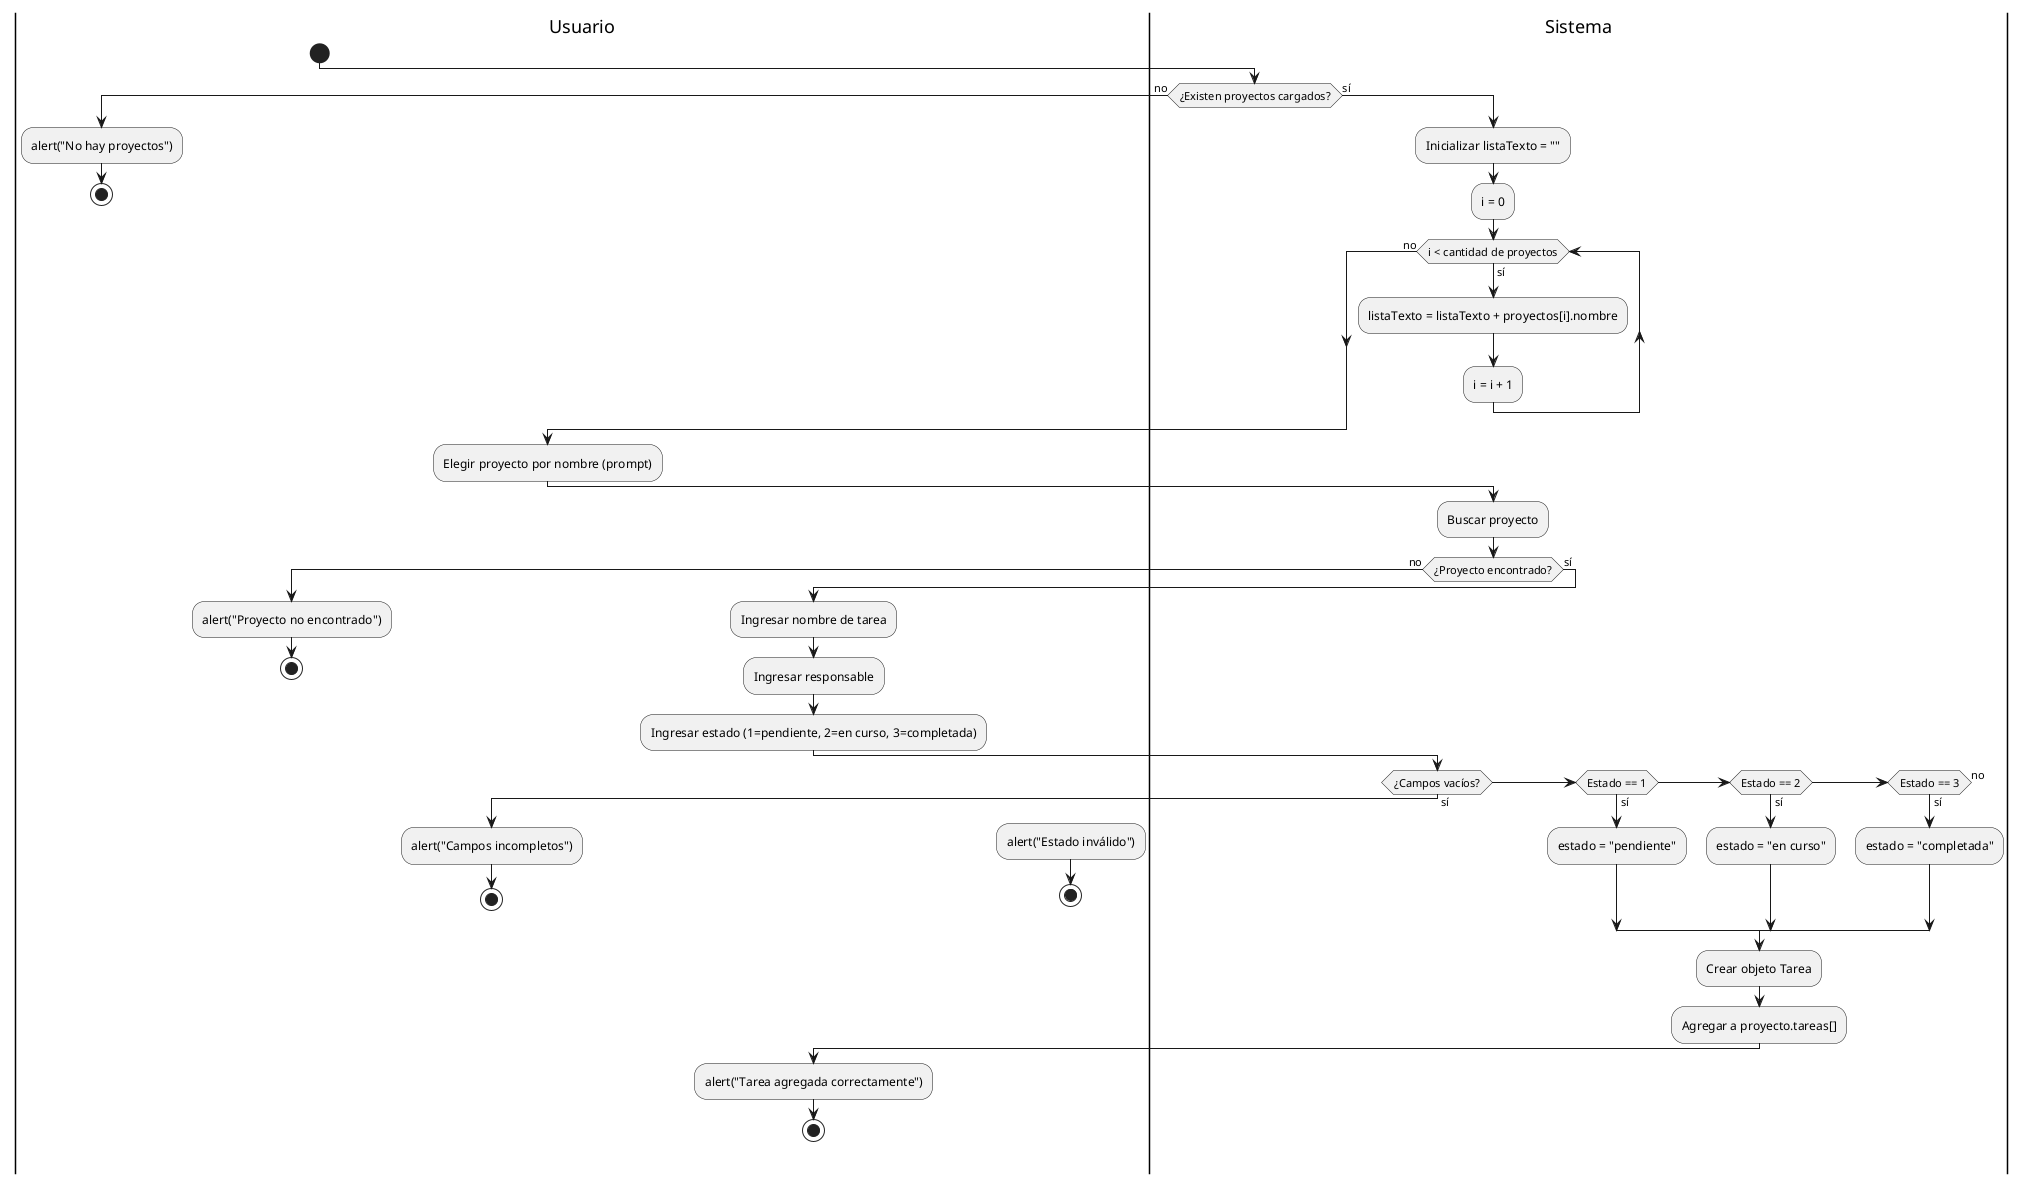
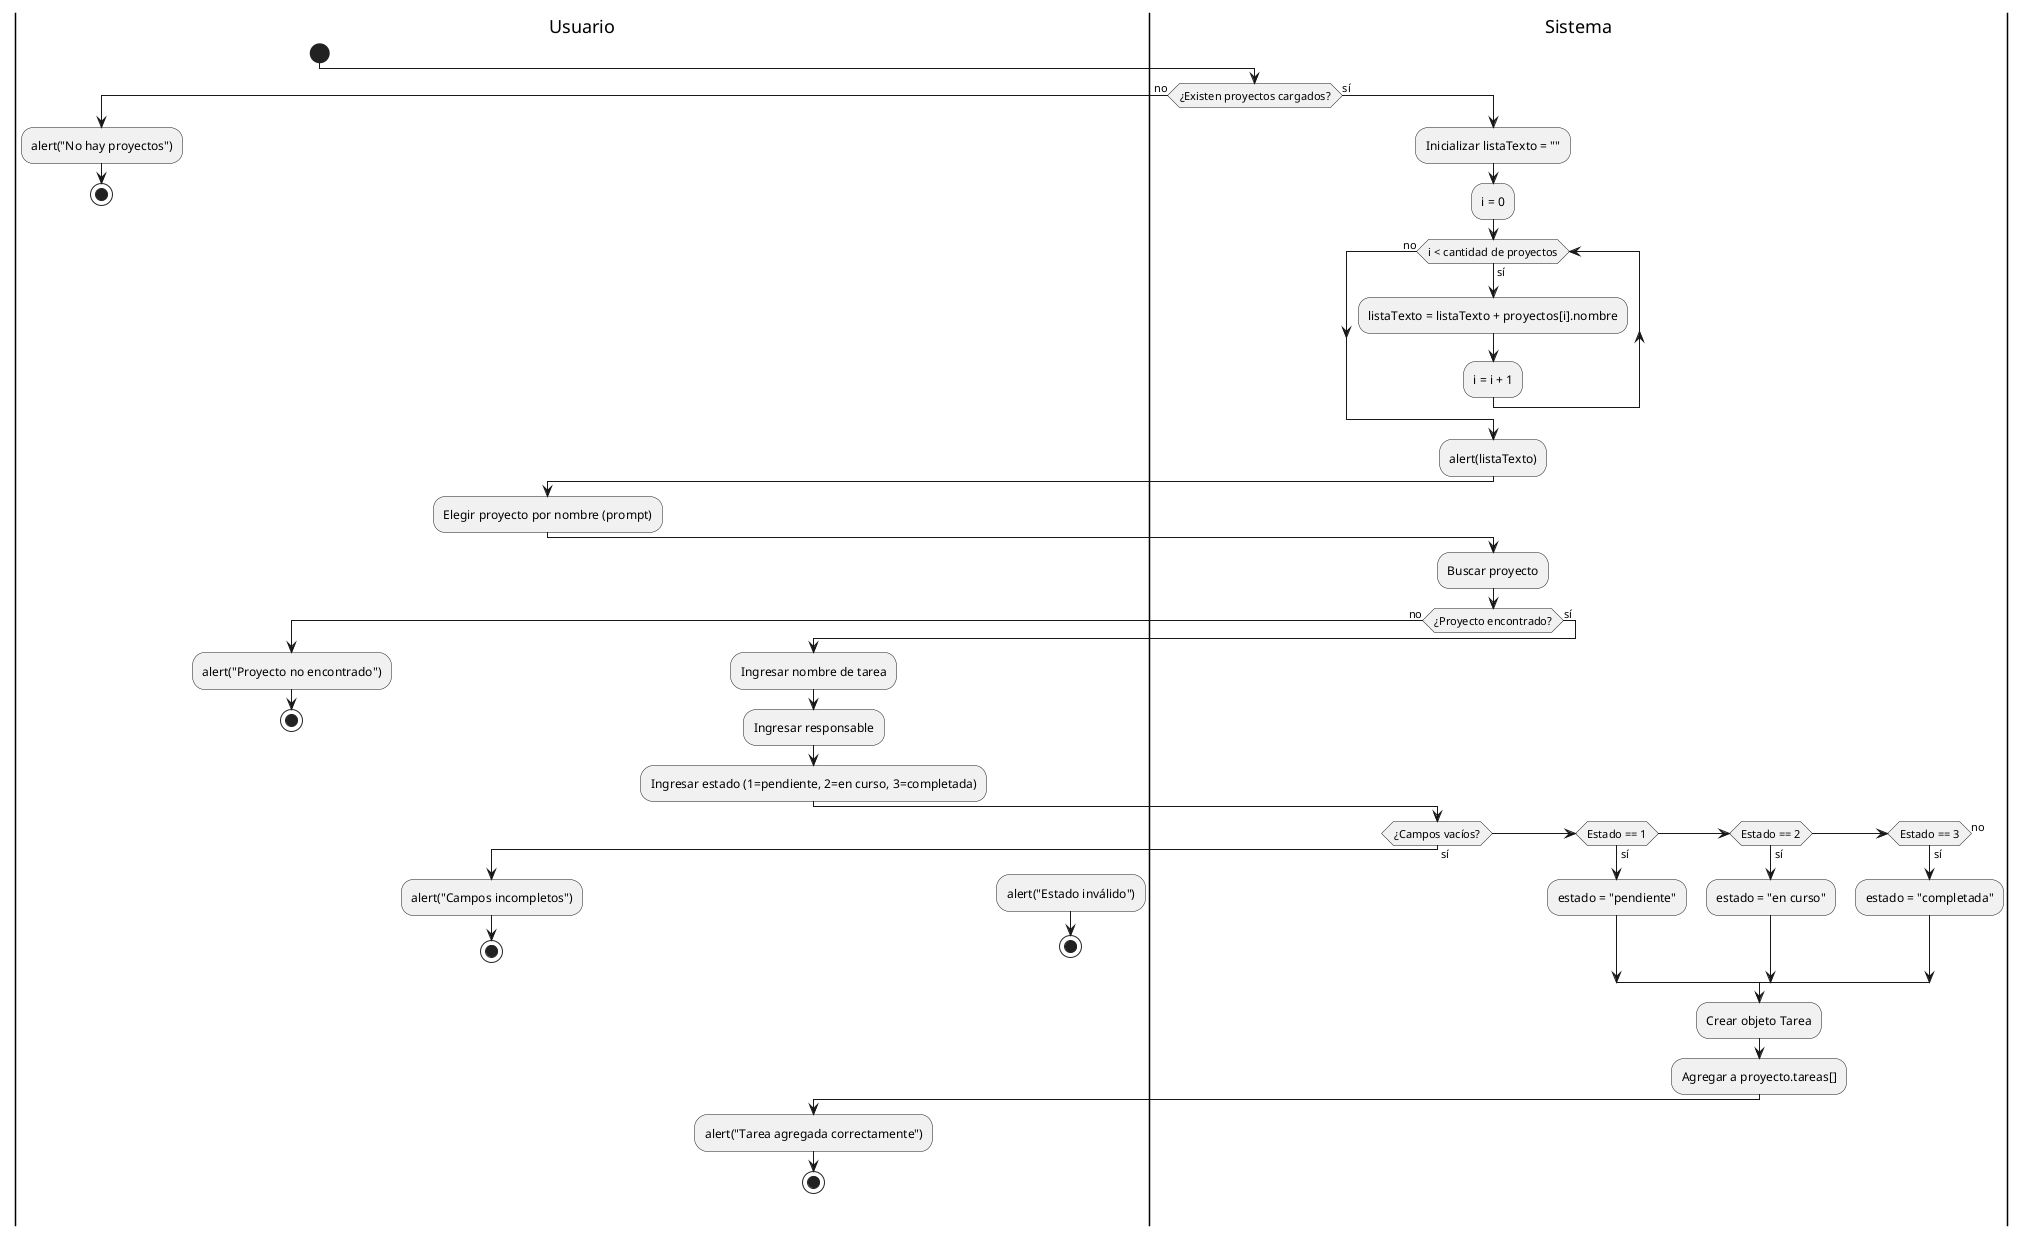
@startuml actividad-flujo-2-agregar-tarea
|Usuario|
start
|Sistema|
if (¿Existen proyectos cargados?) then (no)
  |Usuario|
  :alert("No hay proyectos");
  stop
else (sí)
  |Sistema|
  :Inicializar listaTexto = "";
  :i = 0;
  while (i < cantidad de proyectos) is (sí)
    :listaTexto = listaTexto + proyectos[i].nombre;
    :i = i + 1;
  endwhile (no)
+   :alert(listaTexto);
  |Usuario|
  :Elegir proyecto por nombre (prompt);

  |Sistema|
  :Buscar proyecto;
  if (¿Proyecto encontrado?) then (no)
    |Usuario|
    :alert("Proyecto no encontrado");
    stop
  else (sí)
    |Usuario|
    :Ingresar nombre de tarea;
    :Ingresar responsable;
    :Ingresar estado (1=pendiente, 2=en curso, 3=completada);

    |Sistema|
    if (¿Campos vacíos?) then (sí)
      |Usuario|
      :alert("Campos incompletos");
      stop
    elseif (Estado == 1) then (sí)
      |Sistema|
      :estado = "pendiente";
    elseif (Estado == 2) then (sí)
      |Sistema|
      :estado = "en curso";
    elseif (Estado == 3) then (sí)
      |Sistema|
      :estado = "completada";
    else (no)
      |Usuario|
      :alert("Estado inválido");
      stop
    endif

    |Sistema|
    :Crear objeto Tarea;
    :Agregar a proyecto.tareas[];
    |Usuario|
    :alert("Tarea agregada correctamente");
    stop
  endif
endif
@enduml